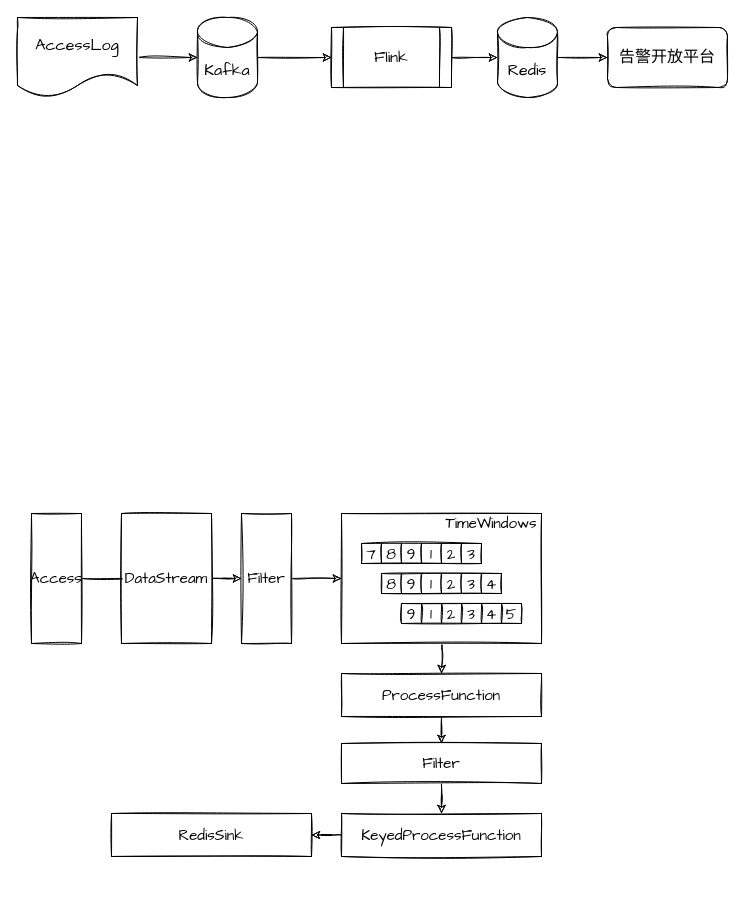
This is page "第 13 页" (12 of 12) of shuzhi.drawio from nullbull/uml, a draw.io file, before an edit. Source tidied: cells renumbered, new cells numbered last; positions are measured from the earlier drawing's top-left corner, leaving out a move shared by most shapes. Both pictures are drawn from the tidied source at 100%, with x=0, y=0 at pixel (17, 17).
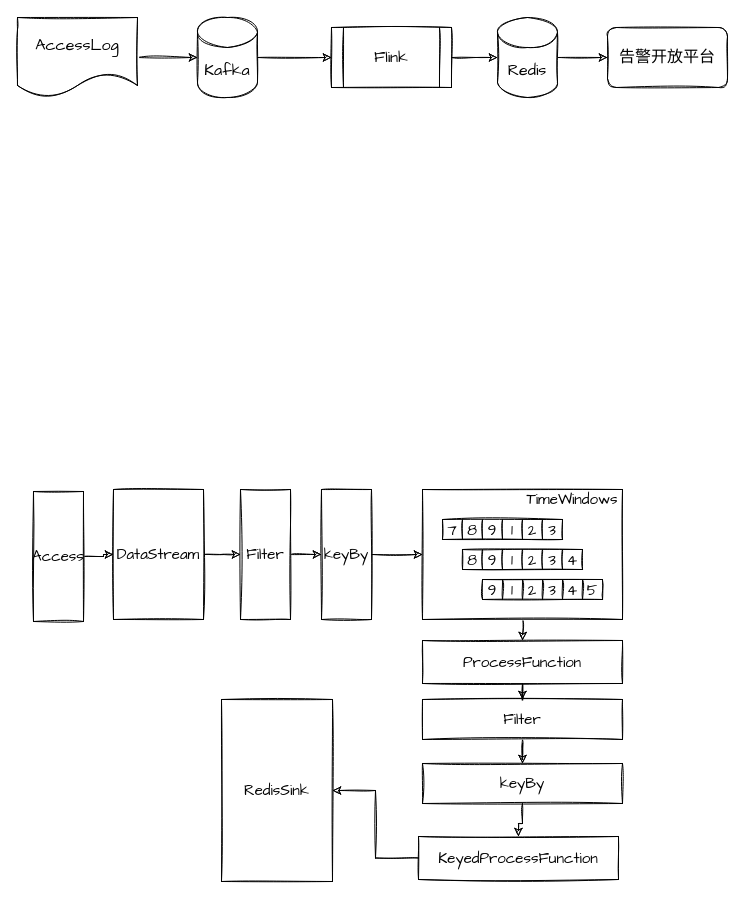
The same diagram, later.

Unchanged cells that the change refers to:
```xml
<mxCell id="24" style="group;fontFamily=Comic Sans MS;" parent="1" vertex="1">
  <mxGeometry x="504" y="526" width="160" height="100" as="geometry" />
</mxCell>
```

The edit, as a diff of the source:
```diff
@@
-    <mxCell id="11" style="edgeStyle=orthogonalEdgeStyle;rounded=0;jettySize=auto;html=1;entryX=0;entryY=0.5;entryDx=0;entryDy=0;sketch=1;fontFamily=Comic Sans MS;fontSize=15;" parent="1" edge="1" source="12">
-      <mxGeometry relative="1" as="geometry">
-        <mxPoint x="184" y="561" as="targetPoint" />
-      </mxGeometry>
-    </mxCell>
+    <mxCell id="53" style="edgeStyle=orthogonalEdgeStyle;rounded=0;sketch=1;jettySize=auto;html=1;entryX=0;entryY=0.5;entryDx=0;entryDy=0;" parent="1" edge="1" source="12" target="14">
+      <mxGeometry relative="1" as="geometry" />
+    </mxCell>
     <mxCell id="12" value="Access" style="rounded=0;whiteSpace=wrap;html=1;sketch=1;fontFamily=Comic Sans MS;fontSize=15;" parent="1" vertex="1">
-      <mxGeometry x="14" y="496" width="50" height="130" as="geometry" />
+      <mxGeometry x="16" y="474" width="50" height="130" as="geometry" />
     </mxCell>
-    <mxCell id="13" style="edgeStyle=orthogonalEdgeStyle;rounded=0;sketch=1;jettySize=auto;html=1;fontFamily=Comic Sans MS;fontSize=15;" parent="1" edge="1" source="14" target="16">
+    <mxCell id="13" style="edgeStyle=orthogonalEdgeStyle;rounded=0;jettySize=auto;html=1;entryX=0;entryY=0.5;entryDx=0;entryDy=0;sketch=1;" parent="1" edge="1" source="14" target="16">
       <mxGeometry relative="1" as="geometry" />
     </mxCell>
     <mxCell id="14" value="DataStream" style="rounded=0;whiteSpace=wrap;html=1;sketch=1;fontFamily=Comic Sans MS;fontSize=15;" parent="1" vertex="1">
-      <mxGeometry x="104" y="496" width="90" height="130" as="geometry" />
+      <mxGeometry x="96" y="472" width="90" height="130" as="geometry" />
     </mxCell>
-    <mxCell id="15" style="edgeStyle=orthogonalEdgeStyle;rounded=0;jettySize=auto;html=1;entryX=0;entryY=0.5;entryDx=0;entryDy=0;sketch=1;fontFamily=Comic Sans MS;fontSize=15;" parent="1" edge="1" source="16" target="26">
-      <mxGeometry relative="1" as="geometry" />
-    </mxCell>
+    <mxCell id="54" style="edgeStyle=orthogonalEdgeStyle;rounded=0;jettySize=auto;html=1;exitX=1;exitY=0.5;exitDx=0;exitDy=0;entryX=0;entryY=0.5;entryDx=0;entryDy=0;sketch=1;" parent="1" edge="1" source="16" target="57">
+      <mxGeometry relative="1" as="geometry" />
+    </mxCell>
     <mxCell id="16" value="Filter" style="rounded=0;whiteSpace=wrap;html=1;sketch=1;fontFamily=Comic Sans MS;fontSize=15;" parent="1" vertex="1">
-      <mxGeometry x="224" y="496" width="50" height="130" as="geometry" />
+      <mxGeometry x="223" y="472" width="50" height="130" as="geometry" />
     </mxCell>
     <mxCell id="17" style="edgeStyle=orthogonalEdgeStyle;rounded=0;jettySize=auto;html=1;exitX=0.5;exitY=1;exitDx=0;exitDy=0;entryX=0.5;entryY=0;entryDx=0;entryDy=0;sketch=1;fontFamily=Comic Sans MS;fontSize=15;" parent="1" edge="1" target="19">
       <mxGeometry relative="1" as="geometry">
-        <mxPoint x="424" y="606" as="sourcePoint" />
+        <mxPoint x="505" y="582" as="sourcePoint" />
       </mxGeometry>
     </mxCell>
@@
     <mxCell id="19" value="ProcessFunction" style="rounded=0;whiteSpace=wrap;html=1;sketch=1;fontFamily=Comic Sans MS;fontSize=15;" parent="1" vertex="1">
-      <mxGeometry x="324" y="656" width="200" height="43" as="geometry" />
+      <mxGeometry x="405" y="623" width="200" height="43" as="geometry" />
     </mxCell>
-    <mxCell id="20" style="edgeStyle=orthogonalEdgeStyle;rounded=0;sketch=1;jettySize=auto;html=1;exitX=0;exitY=0.5;exitDx=0;exitDy=0;fontFamily=Comic Sans MS;fontSize=15;" parent="1" edge="1" source="21" target="52">
+    <mxCell id="20" style="edgeStyle=orthogonalEdgeStyle;rounded=0;sketch=1;jettySize=auto;html=1;entryX=0.5;entryY=0;entryDx=0;entryDy=0;" parent="1" edge="1" source="21" target="52">
       <mxGeometry relative="1" as="geometry" />
     </mxCell>
     <mxCell id="21" value="KeyedProcessFunction" style="rounded=0;whiteSpace=wrap;html=1;sketch=1;fontFamily=Comic Sans MS;fontSize=15;" parent="1" vertex="1">
-      <mxGeometry x="324" y="796" width="200" height="43" as="geometry" />
+      <mxGeometry x="401" y="819" width="200" height="43" as="geometry" />
     </mxCell>
-    <mxCell id="22" style="edgeStyle=orthogonalEdgeStyle;rounded=0;jettySize=auto;html=1;exitX=0.5;exitY=1;exitDx=0;exitDy=0;sketch=1;fontFamily=Comic Sans MS;fontSize=15;" parent="1" edge="1" source="23" target="21">
-      <mxGeometry relative="1" as="geometry" />
-    </mxCell>
+    <mxCell id="55" style="edgeStyle=orthogonalEdgeStyle;rounded=0;jettySize=auto;html=1;exitX=0.5;exitY=1;exitDx=0;exitDy=0;sketch=1;" parent="1" edge="1" source="23" target="59">
+      <mxGeometry relative="1" as="geometry" />
+    </mxCell>
     <mxCell id="23" value="Filter" style="rounded=0;whiteSpace=wrap;html=1;sketch=1;fontFamily=Comic Sans MS;fontSize=15;" parent="1" vertex="1">
-      <mxGeometry x="324" y="726" width="200" height="40" as="geometry" />
+      <mxGeometry x="405" y="682" width="200" height="40" as="geometry" />
     </mxCell>
@@
     <mxCell id="25" style="edgeStyle=orthogonalEdgeStyle;rounded=0;orthogonalLoop=1;jettySize=auto;html=1;exitX=0.5;exitY=1;exitDx=0;exitDy=0;sketch=1;fontFamily=Comic Sans MS;fontSize=15;" parent="24" edge="1">
       <mxGeometry relative="1" as="geometry">
-        <mxPoint x="55" y="10" as="sourcePoint" />
-        <mxPoint x="55" y="10" as="targetPoint" />
+        <mxPoint x="136" y="-14" as="sourcePoint" />
+        <mxPoint x="136" y="-14" as="targetPoint" />
       </mxGeometry>
     </mxCell>
     <mxCell id="26" style="rounded=0;whiteSpace=wrap;html=1;sketch=1;fontFamily=Comic Sans MS;fontSize=15;" parent="1" vertex="1">
-      <mxGeometry x="324" y="496" width="200" height="130" as="geometry" />
+      <mxGeometry x="405" y="472" width="200" height="130" as="geometry" />
     </mxCell>
     <mxCell id="27" style="shape=table;html=1;whiteSpace=wrap;startSize=0;childLayout=tableLayout;sketch=1;fontFamily=Comic Sans MS;fontSize=15;" parent="1" vertex="1">
-      <mxGeometry x="384" y="586" width="120" height="20" as="geometry" />
+      <mxGeometry x="465" y="562" width="120" height="20" as="geometry" />
     </mxCell>
@@
     <mxCell id="35" style="shape=table;html=1;whiteSpace=wrap;startSize=0;childLayout=tableLayout;sketch=1;fontFamily=Comic Sans MS;fontSize=15;" parent="1" vertex="1">
-      <mxGeometry x="364" y="556" width="120" height="20" as="geometry" />
+      <mxGeometry x="445" y="532" width="120" height="20" as="geometry" />
     </mxCell>
@@
     <mxCell id="43" style="shape=table;html=1;whiteSpace=wrap;startSize=0;childLayout=tableLayout;sketch=1;fontFamily=Comic Sans MS;fontSize=15;" parent="1" vertex="1">
-      <mxGeometry x="344" y="526" width="120" height="20" as="geometry" />
+      <mxGeometry x="425" y="502" width="120" height="20" as="geometry" />
     </mxCell>
@@
     <mxCell id="51" value="TimeWindows" style="text;html=1;strokeColor=none;fillColor=none;align=center;verticalAlign=middle;whiteSpace=wrap;rounded=0;sketch=1;fontFamily=Comic Sans MS;fontSize=15;" parent="1" vertex="1">
-      <mxGeometry x="454" y="496" width="40" height="20" as="geometry" />
+      <mxGeometry x="535" y="472" width="40" height="20" as="geometry" />
     </mxCell>
-    <mxCell id="52" value="RedisSink" style="rounded=0;whiteSpace=wrap;html=1;sketch=1;fontFamily=Comic Sans MS;fontSize=15;" parent="1" vertex="1">
-      <mxGeometry x="94" y="796" width="200" height="43" as="geometry" />
+    <mxCell id="52" value="RedisSink" style="rounded=0;whiteSpace=wrap;html=1;sketch=1;fontFamily=Comic Sans MS;fontSize=15;direction=south;" parent="1" vertex="1">
+      <mxGeometry x="204" y="682" width="111" height="182" as="geometry" />
     </mxCell>
+    <mxCell id="56" style="edgeStyle=orthogonalEdgeStyle;rounded=0;jettySize=auto;html=1;entryX=0;entryY=0.5;entryDx=0;entryDy=0;sketch=1;" parent="1" edge="1" source="57" target="26">
+      <mxGeometry relative="1" as="geometry" />
+    </mxCell>
+    <mxCell id="57" value="keyBy" style="rounded=0;whiteSpace=wrap;html=1;sketch=1;fontFamily=Comic Sans MS;fontSize=15;" parent="1" vertex="1">
+      <mxGeometry x="304" y="472" width="50" height="130" as="geometry" />
+    </mxCell>
+    <mxCell id="58" style="edgeStyle=orthogonalEdgeStyle;rounded=0;jettySize=auto;html=1;sketch=1;" parent="1" edge="1" source="59" target="21">
+      <mxGeometry relative="1" as="geometry" />
+    </mxCell>
+    <mxCell id="59" value="keyBy" style="rounded=0;whiteSpace=wrap;html=1;sketch=1;fontFamily=Comic Sans MS;fontSize=15;" parent="1" vertex="1">
+      <mxGeometry x="405" y="746" width="200" height="40" as="geometry" />
+    </mxCell>
```
